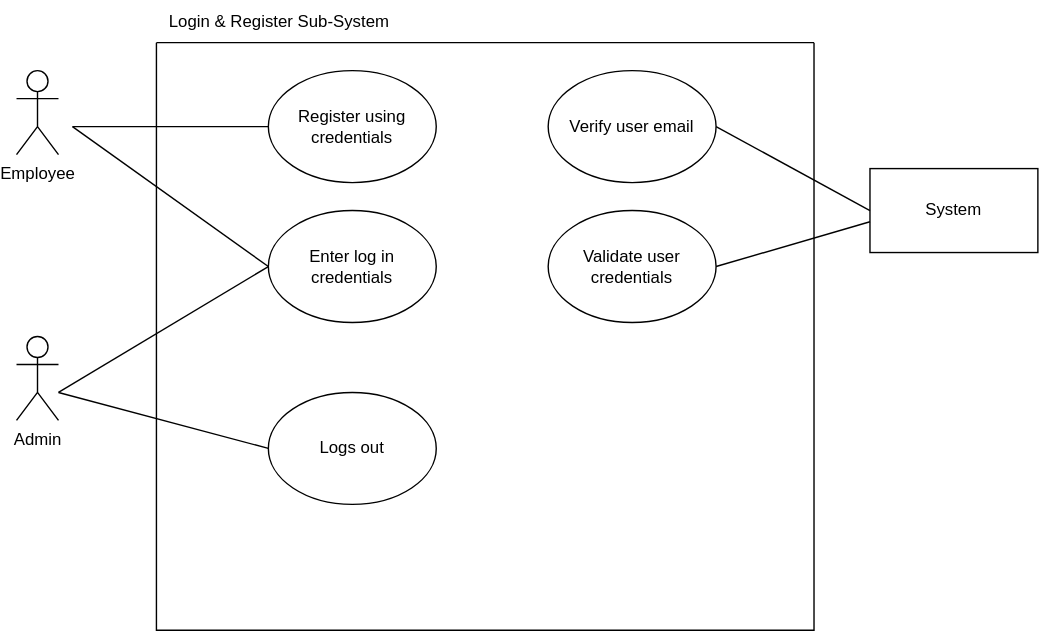
Before: Untitled Diagram.drawio.svg, a diagram exported from draw.io (Simamkele88/IFM3_GP). Source tidied: cells renumbered, new cells last; positions are measured from the earlier drawing's top-left corner, leaving out a move shared by most shapes.
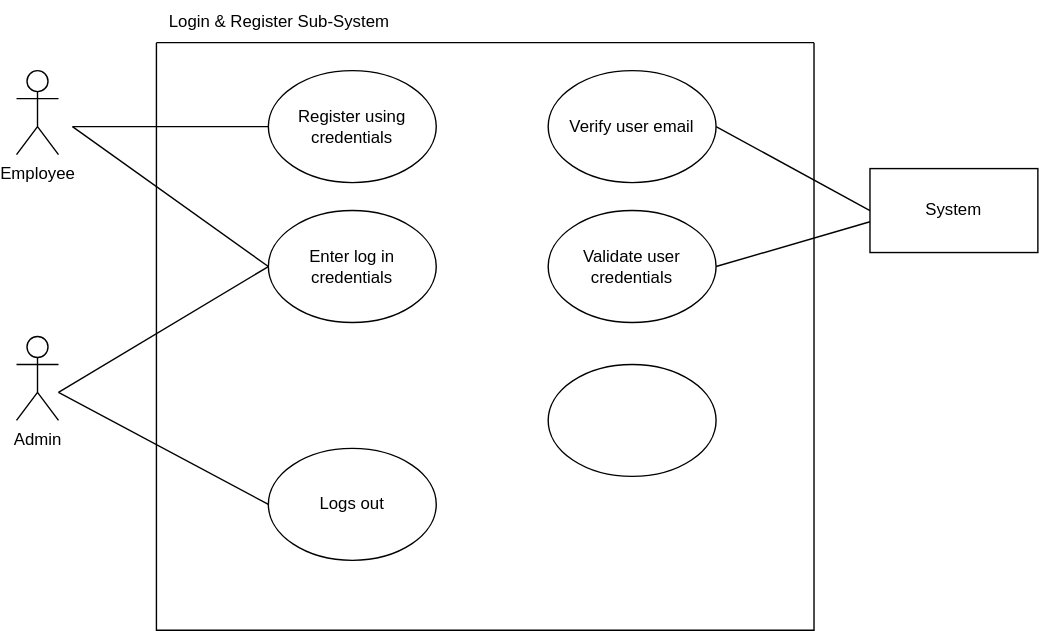
Later version of the same file.

The edit, as a diff of the source:
```diff
@@ -24,17 +24,19 @@
       <mxGeometry x="80" y="20" width="120" height="80" as="geometry" />
     </mxCell>
     <mxCell id="9" value="Logs out" style="ellipse;whiteSpace=wrap;html=1;strokeColor=default;align=center;verticalAlign=middle;fontFamily=Helvetica;fontSize=12;fontColor=default;fillColor=default;" parent="5" vertex="1">
-      <mxGeometry x="80" y="250" width="120" height="80" as="geometry" />
+      <mxGeometry x="80" y="290" width="120" height="80" as="geometry" />
     </mxCell>
     <mxCell id="10" value="Validate user credentials" style="ellipse;whiteSpace=wrap;html=1;" parent="5" vertex="1">
       <mxGeometry x="280" y="120" width="120" height="80" as="geometry" />
     </mxCell>
-    <mxCell id="11" style="endArrow=none;html=1;rounded=0;entryX=0;entryY=0.5;entryDx=0;entryDy=0;" parent="5" edge="1">
+    <mxCell id="11" style="endArrow=none;html=1;rounded=0;entryX=0;entryY=0.5;entryDx=0;entryDy=0;" parent="5" edge="1" target="9">
       <mxGeometry relative="1" as="geometry">
         <mxPoint x="-70" y="250" as="sourcePoint" />
-        <mxPoint x="80" y="290" as="targetPoint" />
       </mxGeometry>
     </mxCell>
+    <mxCell id="18" style="ellipse;whiteSpace=wrap;html=1;strokeColor=default;align=center;verticalAlign=middle;fontFamily=Helvetica;fontSize=12;fontColor=default;fillColor=default;" parent="5" vertex="1">
+      <mxGeometry x="280" y="230" width="120" height="80" as="geometry" />
+    </mxCell>
     <mxCell id="12" style="endArrow=none;html=1;rounded=0;entryX=0;entryY=0.5;entryDx=0;entryDy=0;" parent="1" edge="1" target="6">
       <mxGeometry relative="1" as="geometry">
         <mxPoint x="30" y="280" as="sourcePoint" />
```
